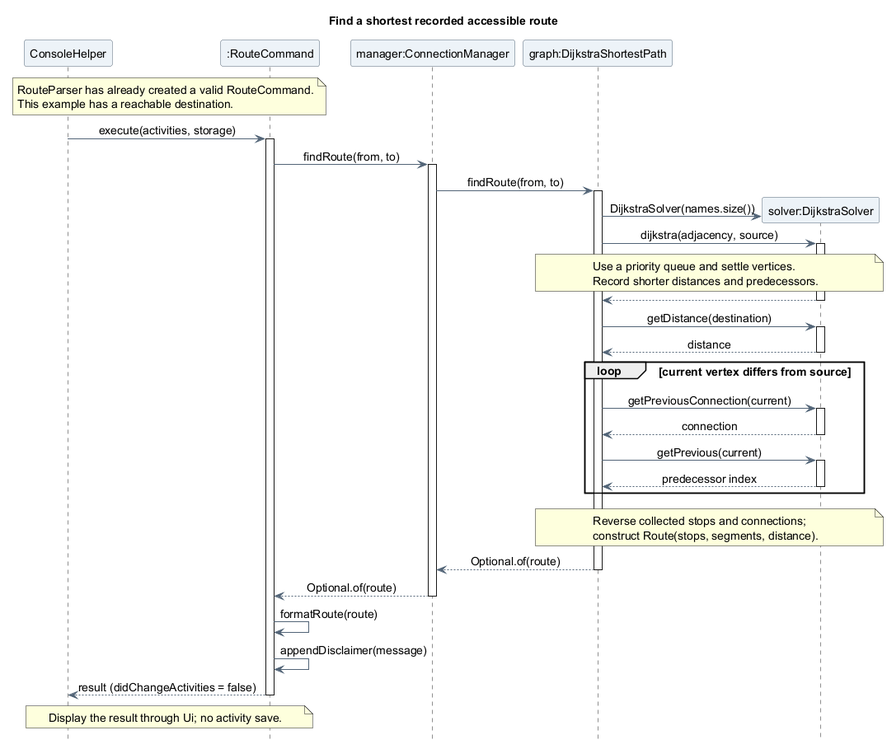
Above: docs/images/luke/sequence/RouteSearchSequence.png in AY2627S1-CS2113-T10-4/tp (PlantUML), before the change. Source of this version:
```plantuml
@startuml
title Find a shortest recorded accessible route
skinparam backgroundColor white
skinparam shadowing false
skinparam defaultFontName SansSerif
skinparam defaultFontSize 14
skinparam ParticipantBackgroundColor #EDF3F8
skinparam ParticipantBorderColor #526477
skinparam ArrowColor #526477
skinparam sequenceMessageAlign center
hide footbox

participant "ConsoleHelper" as Console
participant ":RouteCommand" as Command
participant "manager:ConnectionManager" as Manager
participant "graph:DijkstraShortestPath" as Graph

note over Console, Command
  RouteParser has already created a valid RouteCommand.
  This example has a reachable destination.
end note
Console -> Command : execute(activities, storage)
activate Command
Command -> Manager : findRoute(from, to)
activate Manager
Manager -> Graph : findRoute(from, to)
activate Graph
create participant "solver:DijkstraSolver" as Solver
Graph -> Solver : DijkstraSolver(names.size())
Graph -> Solver : dijkstra(adjacency, source)
activate Solver
note over Graph, Solver
  Use a priority queue and settle vertices.
  Record shorter distances and predecessors.
end note
Solver --> Graph
deactivate Solver
Graph -> Solver : getDistance(destination)
activate Solver
Solver --> Graph : distance
deactivate Solver
loop current vertex differs from source
  Graph -> Solver : getPreviousConnection(current)
  activate Solver
  Solver --> Graph : connection
  deactivate Solver
  Graph -> Solver : getPrevious(current)
  activate Solver
  Solver --> Graph : predecessor index
  deactivate Solver
end
note over Graph, Solver
  Reverse collected stops and connections;
  construct Route(stops, segments, distance).
end note
Graph --> Manager : Optional.of(route)
deactivate Graph
Manager --> Command : Optional.of(route)
deactivate Manager
Command -> Command : formatRoute(route)
Command -> Command : appendDisclaimer(message)
Command --> Console : result (didChangeActivities = false)
deactivate Command
note over Console, Command
  Display the result through Ui; no activity save.
end note
@enduml
```
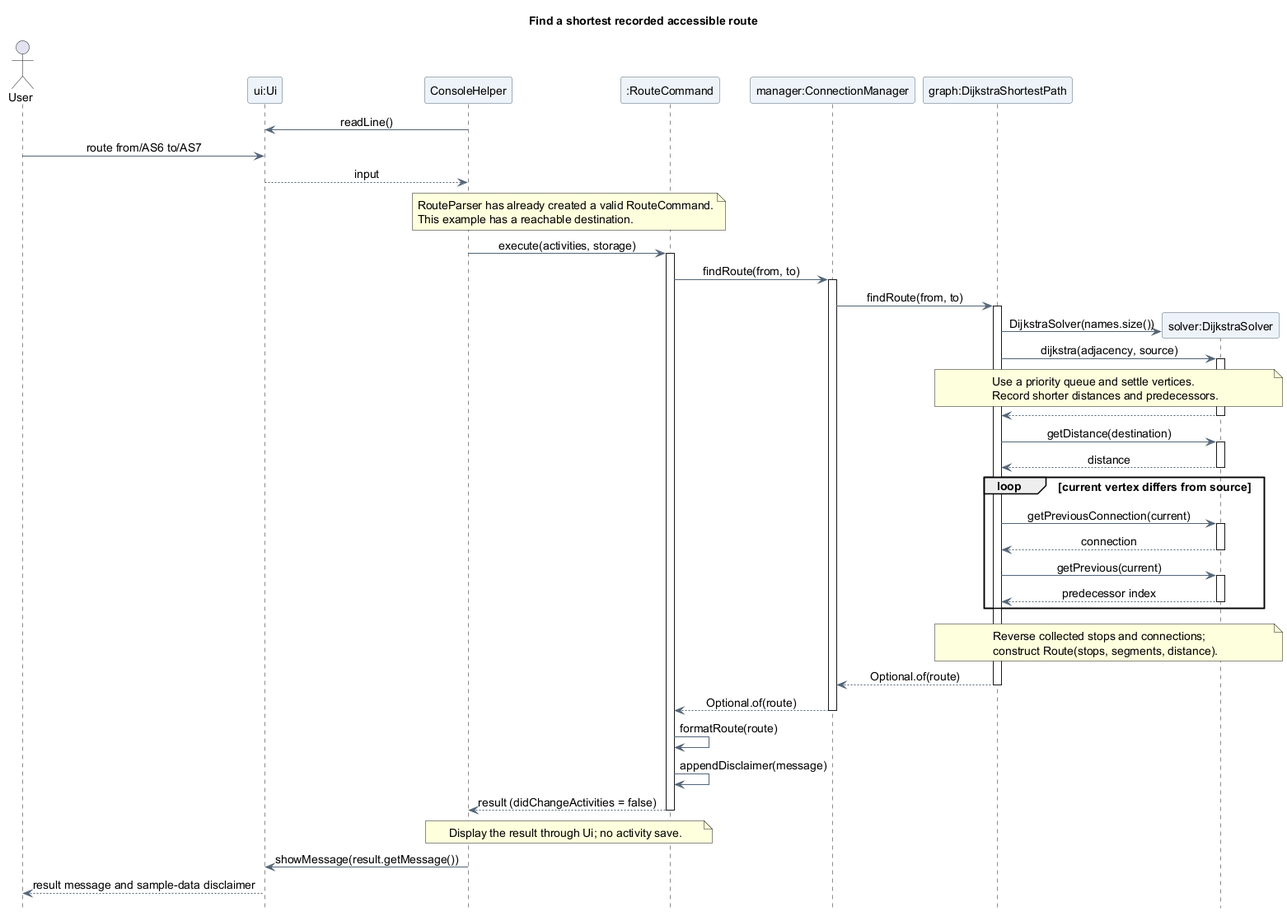
Above is the later version.

Change to the diagram source:
```diff
@@ -10,10 +10,16 @@
 skinparam sequenceMessageAlign center
 hide footbox
 
+actor "User" as User
+participant "ui:Ui" as UI
 participant "ConsoleHelper" as Console
 participant ":RouteCommand" as Command
 participant "manager:ConnectionManager" as Manager
 participant "graph:DijkstraShortestPath" as Graph
+
+Console -> UI : readLine()
+User -> UI : route from/AS6 to/AS7
+UI --> Console : input
 
 note over Console, Command
   RouteParser has already created a valid RouteCommand.
@@ -64,4 +70,6 @@
 note over Console, Command
   Display the result through Ui; no activity save.
 end note
+Console -> UI : showMessage(result.getMessage())
+UI --> User : result message and sample-data disclaimer
 @enduml
```
